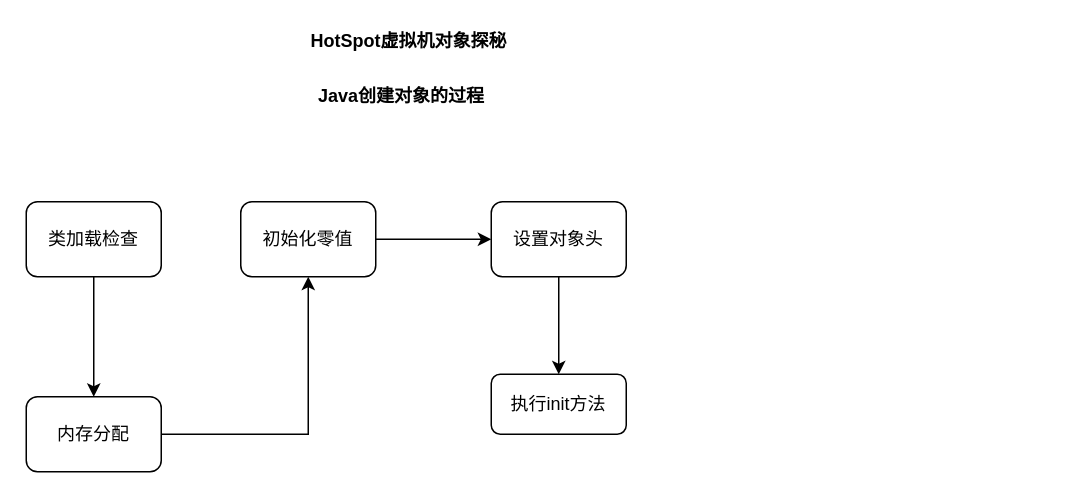
keke0007/drawio keeps this draw.io diagram as java中new对象的执行流程.drawio. Above is the earlier version. Source tidied: cells renumbered, new cells numbered last; positions are measured from the earlier drawing's top-left corner, leaving out a move shared by most shapes. Both pictures are drawn from the tidied source at 150%, with x=0, y=0 at pixel (26, 26).
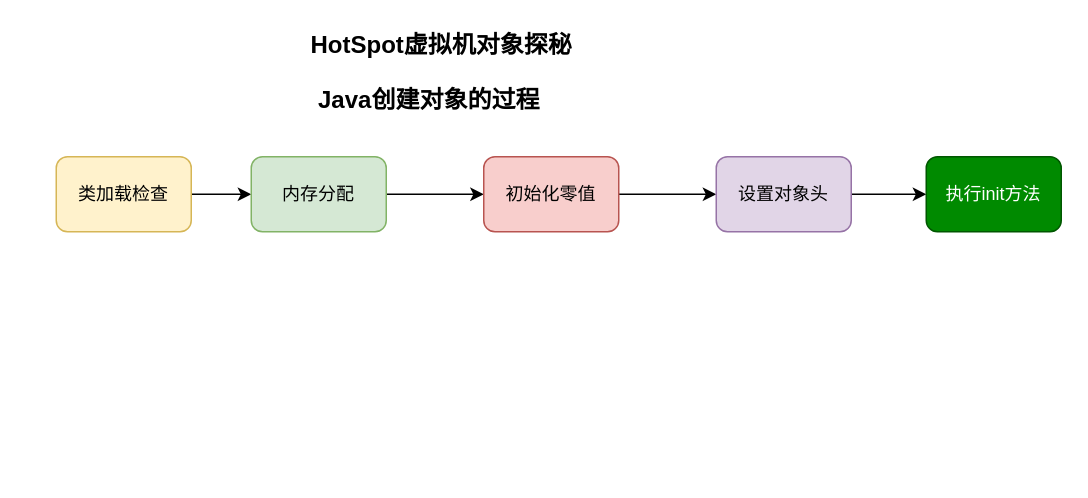
Above is the later version.

Commit message (it also covers changes not shown here):
更新java中new对象的执行流程.drawio

Change to the diagram source:
```diff
@@
 <mxGraphModel>
   <root>
     <mxCell id="0" />
     <mxCell id="1" parent="0" />
-    <mxCell id="2" value="&lt;b&gt;HotSpot虚拟机对象探秘&lt;/b&gt;" style="text;html=1;align=left;verticalAlign=top;spacingTop=-4;" parent="1" vertex="1">
+    <mxCell id="2" value="&lt;span style=&quot;font-size: 16px;&quot;&gt;HotSpot虚拟机对象探秘&lt;/span&gt;" style="text;html=1;align=left;verticalAlign=top;spacingTop=-4;fontStyle=1;fontSize=16;" parent="1" vertex="1">
       <mxGeometry x="188" width="150" height="20" as="geometry" />
     </mxCell>
-    <mxCell id="3" value="&lt;b&gt;Java创建对象的过程&lt;/b&gt;" style="text;html=1;align=left;verticalAlign=top;spacingTop=-4;" parent="1" vertex="1">
+    <mxCell id="3" value="&lt;b style=&quot;font-size: 16px;&quot;&gt;Java创建对象的过程&lt;/b&gt;" style="text;html=1;align=left;verticalAlign=top;spacingTop=-4;fontSize=16;" parent="1" vertex="1">
       <mxGeometry x="193" y="37" width="130" height="20" as="geometry" />
     </mxCell>
     <mxCell id="4" style="edgeStyle=orthogonalEdgeStyle;rounded=0;jettySize=auto;html=1;" parent="1" edge="1" source="5" target="7">
       <mxGeometry relative="1" as="geometry" />
     </mxCell>
-    <mxCell id="5" value="类加载检查" style="rounded=1;whiteSpace=wrap;html=1;" parent="1" vertex="1">
-      <mxGeometry y="117" width="90" height="50" as="geometry" />
+    <mxCell id="5" value="类加载检查" style="rounded=1;whiteSpace=wrap;html=1;labelBackgroundColor=none;fillColor=#fff2cc;strokeColor=#d6b656;" parent="1" vertex="1">
+      <mxGeometry x="20" y="87" width="90" height="50" as="geometry" />
     </mxCell>
     <mxCell id="6" style="edgeStyle=orthogonalEdgeStyle;rounded=0;jettySize=auto;html=1;" parent="1" edge="1" source="7" target="9">
       <mxGeometry relative="1" as="geometry" />
     </mxCell>
-    <mxCell id="7" value="内存分配" style="rounded=1;whiteSpace=wrap;html=1;" parent="1" vertex="1">
-      <mxGeometry y="247" width="90" height="50" as="geometry" />
+    <mxCell id="7" value="内存分配" style="rounded=1;whiteSpace=wrap;html=1;fillColor=#d5e8d4;strokeColor=#82b366;" parent="1" vertex="1">
+      <mxGeometry x="150" y="87" width="90" height="50" as="geometry" />
     </mxCell>
     <mxCell id="8" style="edgeStyle=orthogonalEdgeStyle;rounded=0;jettySize=auto;html=1;" parent="1" edge="1" source="9" target="11">
       <mxGeometry relative="1" as="geometry" />
     </mxCell>
-    <mxCell id="9" value="初始化零值" style="rounded=1;whiteSpace=wrap;html=1;" parent="1" vertex="1">
-      <mxGeometry x="143" y="117" width="90" height="50" as="geometry" />
+    <mxCell id="9" value="初始化零值" style="rounded=1;whiteSpace=wrap;html=1;fillColor=#f8cecc;strokeColor=#b85450;" parent="1" vertex="1">
+      <mxGeometry x="305" y="87" width="90" height="50" as="geometry" />
     </mxCell>
     <mxCell id="10" style="edgeStyle=orthogonalEdgeStyle;rounded=0;jettySize=auto;html=1;" parent="1" edge="1" source="11" target="12">
       <mxGeometry relative="1" as="geometry" />
     </mxCell>
-    <mxCell id="11" value="设置对象头" style="rounded=1;whiteSpace=wrap;html=1;" parent="1" vertex="1">
-      <mxGeometry x="310" y="117" width="90" height="50" as="geometry" />
+    <mxCell id="11" value="设置对象头" style="rounded=1;whiteSpace=wrap;html=1;fillColor=#e1d5e7;strokeColor=#9673a6;" parent="1" vertex="1">
+      <mxGeometry x="460" y="87" width="90" height="50" as="geometry" />
     </mxCell>
-    <mxCell id="12" value="执行init方法" style="rounded=1;whiteSpace=wrap;html=1;" parent="1" vertex="1">
-      <mxGeometry x="310" y="232" width="90" height="40" as="geometry" />
+    <mxCell id="12" value="执行init方法" style="rounded=1;whiteSpace=wrap;html=1;fillColor=#008a00;strokeColor=#005700;fontColor=#ffffff;" parent="1" vertex="1">
+      <mxGeometry x="600" y="87" width="90" height="50" as="geometry" />
     </mxCell>
   </root>
 </mxGraphModel>
```
